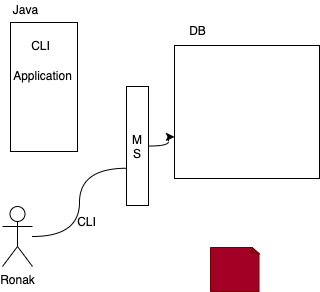
Earlier version of the draw.io export images/day9.drawio.png (adithnaveen/sapient-freshers-aem-oct-2021). Source tidied: cells renumbered, new cells last; positions are measured from the earlier drawing's top-left corner, leaving out a move shared by most shapes.
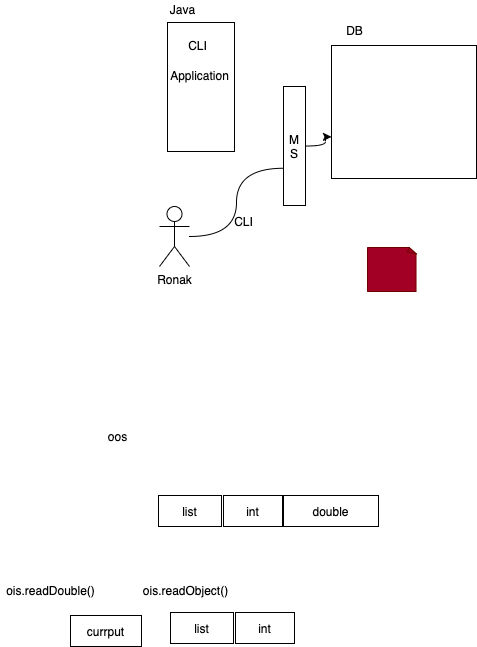
After the commit.

What changed in the source:
```diff
@@ -38,5 +38,32 @@
     <mxCell id="13" style="edgeStyle=orthogonalEdgeStyle;rounded=0;jettySize=auto;html=1;entryX=0;entryY=0.687;entryDx=0;entryDy=0;entryPerimeter=0;curved=1;endArrow=none;" parent="1" edge="1" source="10" target="12">
       <mxGeometry relative="1" as="geometry" />
     </mxCell>
+    <mxCell id="14" value="list" style="rounded=0;whiteSpace=wrap;html=1;" parent="1" vertex="1">
+      <mxGeometry x="-1" y="495" width="63" height="31" as="geometry" />
+    </mxCell>
+    <mxCell id="15" value="int" style="rounded=0;whiteSpace=wrap;html=1;" parent="1" vertex="1">
+      <mxGeometry x="64" y="495" width="59" height="31" as="geometry" />
+    </mxCell>
+    <mxCell id="16" value="double" style="rounded=0;whiteSpace=wrap;html=1;" parent="1" vertex="1">
+      <mxGeometry x="124" y="495" width="95" height="31" as="geometry" />
+    </mxCell>
+    <mxCell id="17" value="oos" style="text;html=1;align=center;verticalAlign=middle;strokeColor=none;" parent="1" vertex="1">
+      <mxGeometry x="-57" y="427" width="29" height="18" as="geometry" />
+    </mxCell>
+    <mxCell id="18" value="ois.readDouble()" style="text;html=1;align=center;verticalAlign=middle;strokeColor=none;" parent="1" vertex="1">
+      <mxGeometry x="-159" y="581" width="99" height="18" as="geometry" />
+    </mxCell>
+    <mxCell id="19" value="currput" style="rounded=0;whiteSpace=wrap;html=1;" parent="1" vertex="1">
+      <mxGeometry x="-89" y="615" width="71" height="31" as="geometry" />
+    </mxCell>
+    <mxCell id="20" value="ois.readObject()" style="text;html=1;align=center;verticalAlign=middle;strokeColor=none;" parent="1" vertex="1">
+      <mxGeometry x="-22" y="581" width="95" height="18" as="geometry" />
+    </mxCell>
+    <mxCell id="21" value="list" style="rounded=0;whiteSpace=wrap;html=1;" parent="1" vertex="1">
+      <mxGeometry x="11" y="612" width="63" height="31" as="geometry" />
+    </mxCell>
+    <mxCell id="22" value="int" style="rounded=0;whiteSpace=wrap;html=1;" parent="1" vertex="1">
+      <mxGeometry x="76" y="612" width="59" height="31" as="geometry" />
+    </mxCell>
   </root>
 </mxGraphModel>
```
